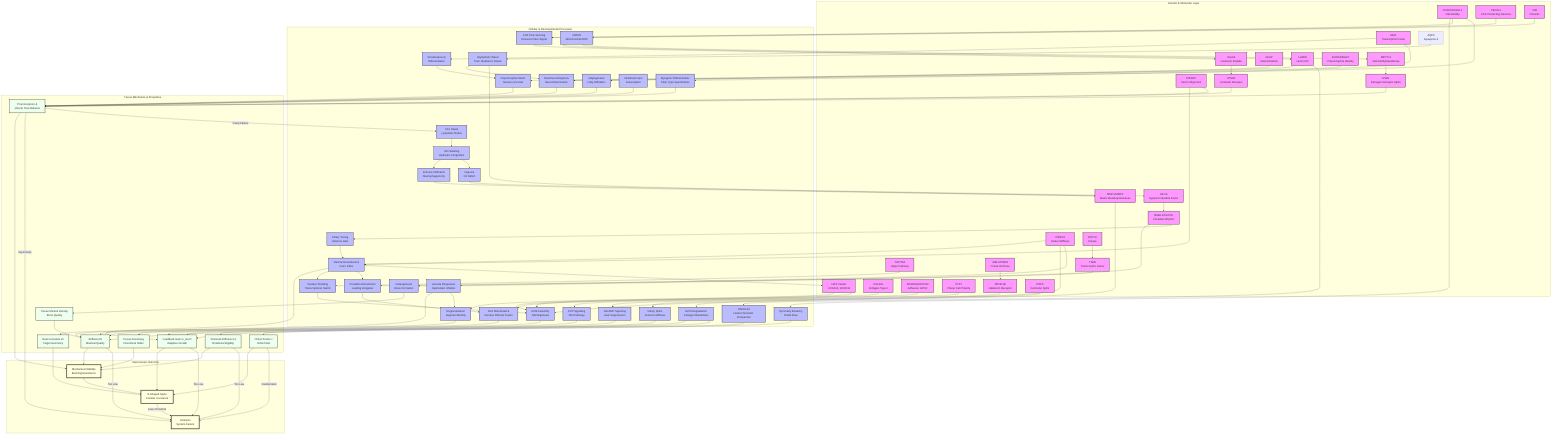
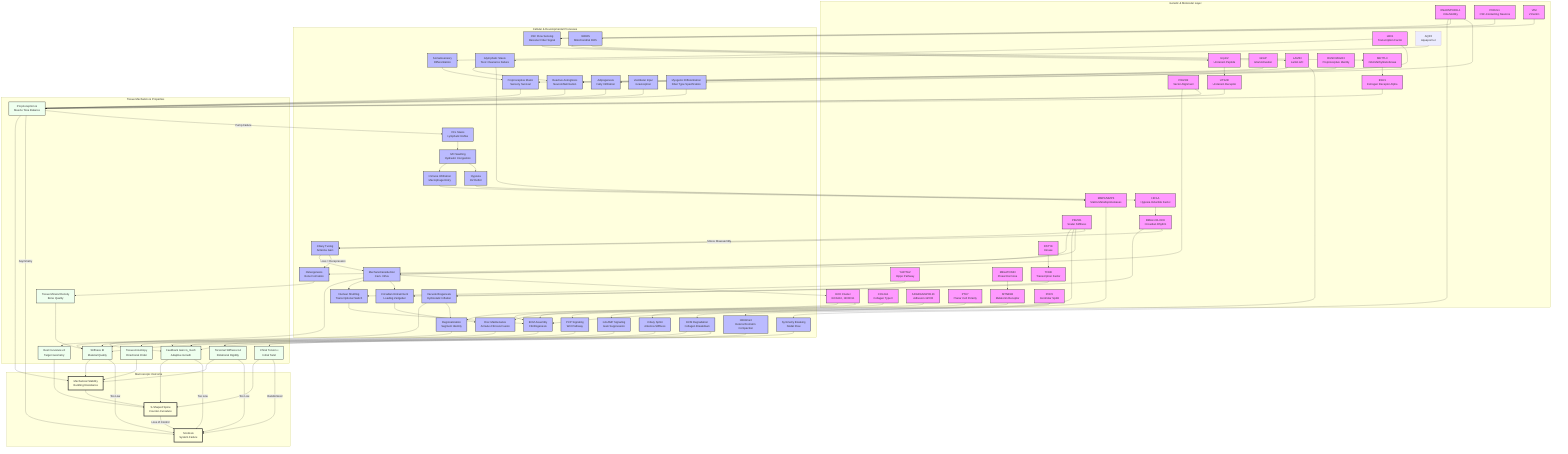
graph TD
    %% Subgraphs for Organization
    subgraph Genetics [Genetic & Molecular Layer]
        HOX[HOX Cluster<br/>HOXA10, HOXD11]
        COL[COL2A1<br/>Collagen Type II]
        PIEZO1[PIEZO1<br/>Scalar Stiffness]
        PIEZO2[PIEZO2<br/>Vector Alignment]
        CILIA[DNAH5/PKD1L1<br/>Cilia Motility]
        LBX1[LBX1<br/>Transcription Factor]
        ADGRG6[ADGRG6/GPR126<br/>Adhesion GPCR]
        PTK7[PTK7<br/>Planar Cell Polarity]
        YAP[YAP/TAZ<br/>Hippo Pathway]
        PKD2L1[PKD2L1<br/>CSF-Contacting Neurons]
        MMP[MMP1/MMP3<br/>Matrix Metalloproteinases]
        URP[Urp1/2<br/>Urotensin Peptide]
        UTS2R[UTS2R<br/>Urotensin Receptor]
        GFAP[GFAP<br/>Glial Activation]
        VIM[VIM<br/>Vimentin]
        LAMIN[LAMIN<br/>Lamin A/C]
        BMAL1[BMAL1/CLOCK<br/>Circadian Rhythm]
        RUNX3[RUNX3/EGR3<br/>Proprioceptive Identity]
        METTL3[METTL3<br/>m6A Methyltransferase]
        ESR1[ESR1<br/>Estrogen Receptor Alpha]
        AQP4[AQP4<br/>Aquaporin-4]
        MELATONIN[MELATONIN<br/>Pineal Hormone]
        MT2[MTNR1B<br/>Melatonin Receptor]
        HIF1A[HIF1A<br/>Hypoxia Inducible Factor]
        POC5[POC5<br/>Centriolar Splint]
        DSTYK[DSTYK<br/>Kinase]
        TFEB[TFEB<br/>Transcription Factor]
    end

    subgraph Processes [Cellular & Developmental Processes]
        Astrogliosis[Reactive Astrogliosis<br/>Neuroinflammation]
        Region[Regionalization<br/>Segment Identity]
        ECM_Assembly[ECM Assembly<br/>Fibrillogenesis]
        Nucl_Shuttle[Nuclear Shuttling<br/>Transcriptional Switch]
        Mech_Trans[Mechanotransduction<br/>Ca2+ Influx]
        Sym_Break[Symmetry Breaking<br/>Nodal Flow]
        CSF_Sensing[CSF Flow Sensing<br/>Reissner Fiber Signal]
        Neur_Diff[Somatosensory<br/>Differentiation]
        Muscle_Diff[Myogenic Differentiation<br/>Fiber Type Specification]
        Disc_Maint[Disc Maintenance<br/>Annulus Fibrosis Fusion]
        PCP_Sig[PCP Signaling<br/>Wnt Pathway]
        Degradation[ECM Degradation<br/>Collagen Breakdown]
        mtROS[mtROS<br/>Mitochondrial ROS]
        Adipogenesis[Adipogenesis<br/>Fatty Infiltration]
        Hydraulic_Congestion[IVD Swelling<br/>Hydraulic Congestion]
        Immune_Infilt[Immune Infiltration<br/>Macrophage Entry]
        Circadian_Entrain[Circadian Entrainment<br/>Loading Zeitgeber]
        Proprio_Maint[Proprioceptive Maint.<br/>Sensory Survival]
        H3K9me3[H3K9me3<br/>Heterochromatin Compaction]
        VCL_Stasis[VCL Stasis<br/>Lymphatic Reflux]
        Glymphatic_Stasis[Glymphatic Stasis<br/>Toxic Clearance Failure]
        Vestibular_Input[Vestibular Input<br/>Graviception]
        Gi_cAMP[Gi/cAMP Signaling<br/>Gain Suppression]
        Ciliary_Tuning[Ciliary Tuning<br/>Antenna Gain]
        Hypoxia[Hypoxia<br/>O2 Deficit]
        Osteogenesis[Osteogenesis<br/>Bone Formation]
        Ciliary_Splint[Ciliary Splint<br/>Antenna Stiffness]
        Vacuole_Biogenesis[Vacuole Biogenesis<br/>Hydrostatic Inflation]
    end

    subgraph Tissue [Tissue Mechanics & Properties]
        Rest_Kappa[Rest Curvature κ0<br/>Target Geometry]
        Stiffness[Stiffness EI<br/>Material Quality]
        Torsional_Stiffness[Torsional Stiffness GJ<br/>Rotational Rigidity]
        Gain[Feedback Gain G_mech<br/>Adaptive Growth]
        Torsion[Chiral Torsion ε<br/>Initial Twist]
        Muscle_Tone[Proprioception &<br/>Muscle Tone Balance]
        Anisotropy[Tissue Anisotropy<br/>Directional Order]
        TMD[Tissue Mineral Density<br/>Bone Quality]
    end

    subgraph Outcome [Macroscopic Outcome]
        S_Curve[S-Shaped Spine<br/>Counter-Curvature]
        Stability[Mechanical Stability<br/>Buckling Resistance]
        Scoliosis[Scoliosis<br/>System Failure]
    end

    %% Connections
    HOX --> Region
    Region --> Rest_Kappa
    Rest_Kappa --> S_Curve

    COL --> ECM_Assembly
    ECM_Assembly --> Stiffness
    Stiffness --> Stability

    PIEZO1 --> Mech_Trans
    PIEZO2 --> Mech_Trans
    Mech_Trans --> Gain
    Gain --> S_Curve

    %% NEW ARC: Piezo Duality (Vector-Scalar Mismatch)
    PIEZO1 --> ECM_Assembly
    PIEZO2 --> Muscle_Tone

    CILIA --> Sym_Break
    Sym_Break --> Torsion
    Torsion --> S_Curve

    LBX1 --> Neur_Diff
    LBX1 --> Muscle_Diff
    Neur_Diff --> Proprio_Maint
    Proprio_Maint --> Muscle_Tone
    Muscle_Diff --> Muscle_Tone
    Muscle_Tone --> Stability

    %% NEW ARC: Proprioceptive Maintenance
    RUNX3 --> Proprio_Maint

    %% NEW ARC: ADGRG6
    ADGRG6 --> Disc_Maint
    Disc_Maint --> Stiffness

    %% NEW ARC: PTK7
    PTK7 --> PCP_Sig
    PCP_Sig --> Anisotropy
    Anisotropy --> Stability

    %% NEW ARC: YAP/TAZ
    YAP --> Nucl_Shuttle
    Nucl_Shuttle --> ECM_Assembly
    Mech_Trans --> Nucl_Shuttle

    %% NEW ARC: CSF/Reissner Fiber
    CILIA --> CSF_Sensing
    PKD2L1 --> CSF_Sensing
    CSF_Sensing --> URP
    URP --> UTS2R
    UTS2R --> Muscle_Tone

    %% NEW ARC: MMP Degradation
    MMP --> Degradation
    Degradation --> Stiffness

    %% NEW ARC: Neuro-Inflammatory Pathway
    CILIA --> Astrogliosis
    GFAP --> Astrogliosis
    Astrogliosis --> Muscle_Tone

    %% NEW ARC: Vimentin Metabolic Switch
    VIM --> mtROS
    mtROS --> LAMIN
    LAMIN --> Adipogenesis
    Adipogenesis --> Muscle_Tone

    %% NEW ARC: Inflamed Torsion
    Hydraulic_Congestion --> Immune_Infilt
    Immune_Infilt --> MMP
    Degradation --> Torsional_Stiffness
    Torsional_Stiffness --> Stability

    %% NEW ARC: Glymphatic Stasis
    AQP4 --> Glymphatic_Stasis
    Glymphatic_Stasis --> Astrogliosis

    %% NEW ARC: Glymphatic-MMP Axis (Chen et al., 2025)
    Glymphatic_Stasis --> MMP

    %% NEW ARC: Melatonin Gain Control
    MELATONIN --> MT2
    MT2 --> Gi_cAMP
    Gi_cAMP --> Gain

    %% NEW ARC: Vestibular Asymmetry
    Vestibular_Input --> Muscle_Tone

    %% Cross-Talk and Failures
    Stability --> S_Curve
    S_Curve -- "Loss of Control" --> Scoliosis
    Stiffness -- "Too Low" --> Scoliosis
    Torsional_Stiffness -- "Too Low" --> Scoliosis
    Gain -- "Too Low" --> Scoliosis
    Torsion -- "Randomized" --> Scoliosis
    Muscle_Tone -- "Asymmetry" --> Scoliosis

    %% Styling
    classDef gene fill:#f9f,stroke:#333,stroke-width:2px;
    classDef process fill:#bbf,stroke:#333,stroke-width:2px;
    classDef tissue fill:#efe,stroke:#333,stroke-width:2px;
    classDef outcome fill:#ffd,stroke:#333,stroke-width:4px;

    %% NEW ARC: Spinal Jetlag
    BMAL1 --> Circadian_Entrain
    Mech_Trans --> Circadian_Entrain
    Circadian_Entrain --> Disc_Maint

    %% NEW ARC: Tunable Antenna (Miyoshi et al., 2024)
    BMAL1 --> Ciliary_Tuning
    Ciliary_Tuning --> Mech_Trans

    %% NEW ARC: Epigenetic Asymmetry
    mtROS --> METTL3
    METTL3 --> ESR1
    ESR1 --> Muscle_Tone

    %% NEW ARC: Nuclear Stiffness (Scalar Senescence)
    LAMIN --> H3K9me3
    H3K9me3 --> Gain

    %% NEW ARC: Lymphatic Drainage Pathway (VCL)
    Muscle_Tone -- "Pump Failure" --> VCL_Stasis
    VCL_Stasis --> Hydraulic_Congestion

    %% NEW ARC: Hypoxic Clock Block (HIF1A)
    Hydraulic_Congestion --> Hypoxia
    Hypoxia --> HIF1A
    HIF1A --> BMAL1

    %% NEW ARC: Tension-Dependent Identity (HOX)
    Mech_Trans --> HOX
    HOX --> ECM_Assembly

    %% NEW ARC: Bone Mineralization (Ramli et al., 2024)
    PIEZO1 --> Osteogenesis
    Osteogenesis --> TMD
    TMD --> Stiffness

    %% NEW ARC: Centriolar Splint (POC5)
    POC5 --> Ciliary_Splint
    Ciliary_Splint --> Gain

    %% NEW ARC: Hydrostatic Skeleton (DSTYK/TFEB)
    DSTYK --> TFEB
    TFEB --> Vacuole_Biogenesis
    Vacuole_Biogenesis --> Stiffness
    Vacuole_Biogenesis --> Region

+     %% NEW ARC: Piezo-Cilia Stress Lock (Chen et al., 2025)
+     PIEZO1 -- "Stress Disassembly" --> Ciliary_Tuning
+     Ciliary_Tuning -- "Loss = Derepression" --> Osteogenesis
+ 
    class HOX,COL,PIEZO1,PIEZO2,CILIA,LBX1,ADGRG6,PTK7,YAP,PKD2L1,MMP,URP,UTS2R,GFAP,VIM,LAMIN,BMAL1,RUNX3,METTL3,ESR1,MELATONIN,MT2,HIF1A,POC5,DSTYK,TFEB gene;
    class Region,ECM_Assembly,Mech_Trans,Sym_Break,Neur_Diff,Muscle_Diff,Disc_Maint,PCP_Sig,Nucl_Shuttle,CSF_Sensing,Degradation,Astrogliosis,mtROS,Adipogenesis,Hydraulic_Congestion,Immune_Infilt,Circadian_Entrain,Proprio_Maint,H3K9me3,VCL_Stasis,Glymphatic_Stasis,Vestibular_Input,Gi_cAMP,Ciliary_Tuning,Hypoxia,Osteogenesis,Ciliary_Splint,Vacuole_Biogenesis process;
    class Rest_Kappa,Stiffness,Torsional_Stiffness,Gain,Torsion,Muscle_Tone,Anisotropy,TMD tissue;
    class S_Curve,Stability,Scoliosis outcome;
